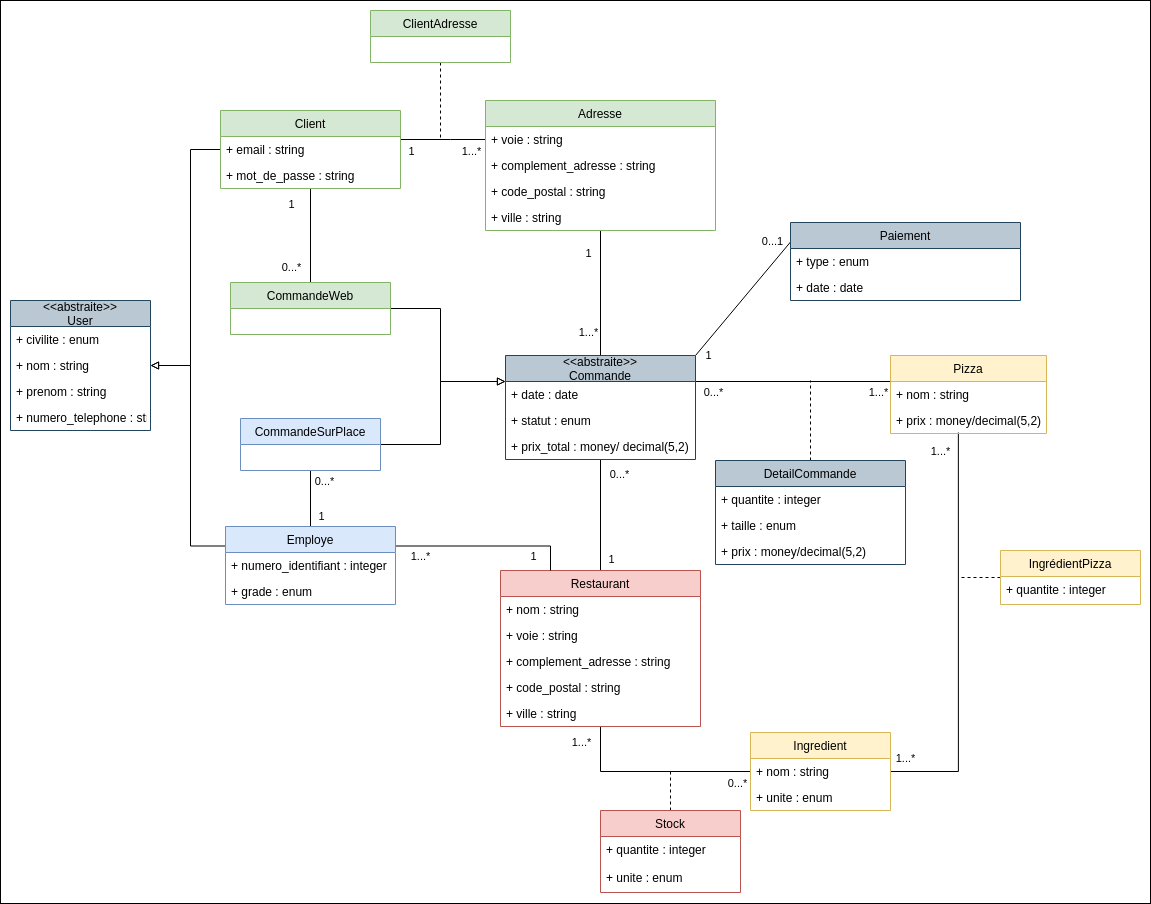
This is P6_classe.png from micktymoon/P6_pelletier_c-line, a draw.io export, as it was before one commit. Source tidied: cells renumbered, new cells last; positions are measured from the earlier drawing's top-left corner, leaving out a move shared by most shapes.
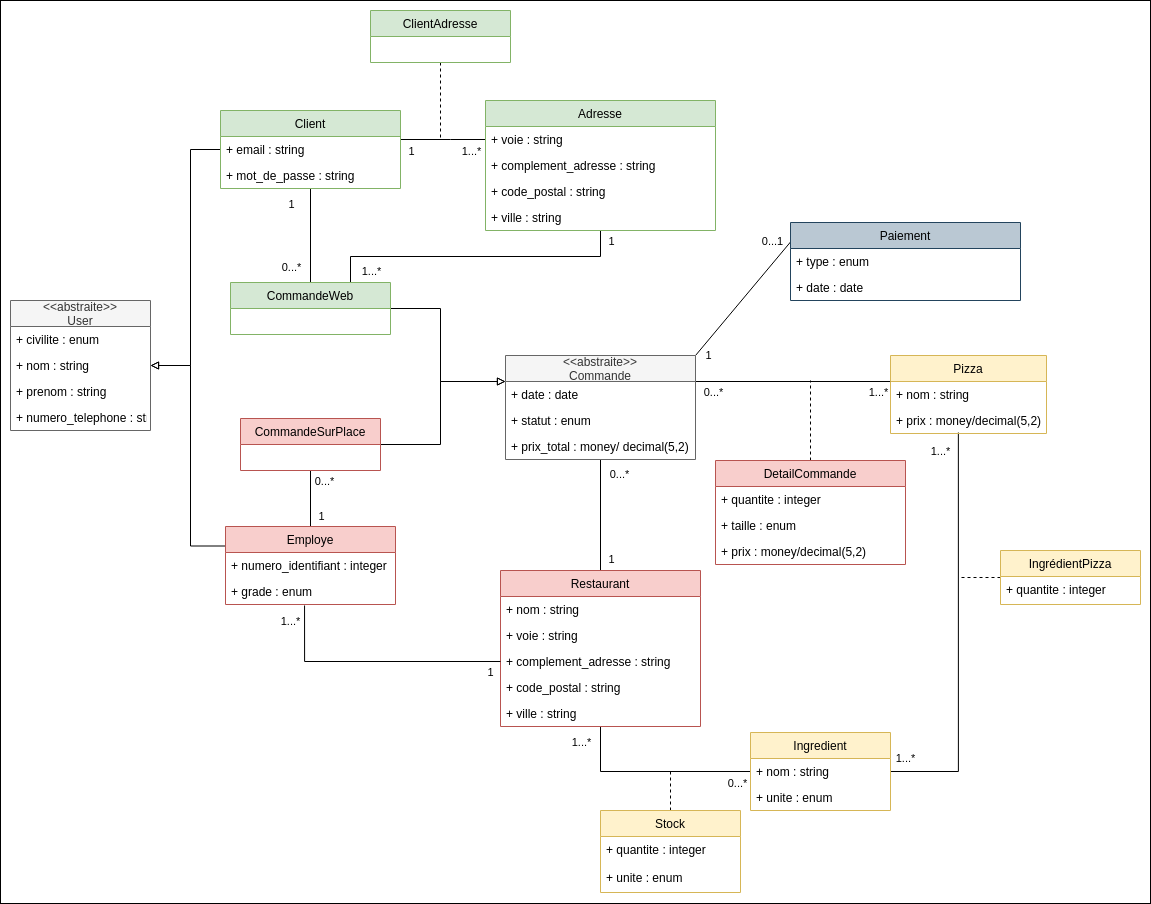
After the change.

Commit message:
diag classe modifé et MPD modifé

The edit, as a diff of the source:
```diff
@@ -93,17 +93,17 @@
         <mxPoint x="670" y="770" as="targetPoint" />
       </mxGeometry>
     </mxCell>
-    <mxCell id="22" style="edgeStyle=orthogonalEdgeStyle;rounded=0;jettySize=auto;html=1;exitX=0.5;exitY=1;exitDx=0;exitDy=0;entryX=0.5;entryY=0;entryDx=0;entryDy=0;endArrow=none;endFill=0;" parent="1" edge="1" source="31" target="57">
+    <mxCell id="22" style="edgeStyle=orthogonalEdgeStyle;rounded=0;jettySize=auto;html=1;exitX=0.5;exitY=1;exitDx=0;exitDy=0;entryX=0.75;entryY=0;entryDx=0;entryDy=0;endArrow=none;endFill=0;" parent="1" edge="1" source="31" target="77">
       <mxGeometry relative="1" as="geometry" />
     </mxCell>
     <mxCell id="23" value="1" style="edgeLabel;html=1;align=center;verticalAlign=middle;" parent="22" vertex="1">
       <mxGeometry x="-0.71" relative="1" as="geometry">
-        <mxPoint x="-13" y="4" as="offset" />
+        <mxPoint x="27" y="-16" as="offset" />
       </mxGeometry>
     </mxCell>
     <mxCell id="24" value="1...*" style="edgeLabel;html=1;align=center;verticalAlign=middle;" parent="22" vertex="1">
       <mxGeometry x="0.67" y="-4" relative="1" as="geometry">
-        <mxPoint x="-9" y="-4" as="offset" />
+        <mxPoint x="-3" y="18" as="offset" />
       </mxGeometry>
     </mxCell>
     <mxCell id="25" style="rounded=0;jettySize=auto;html=1;entryX=0;entryY=0.25;entryDx=0;entryDy=0;endArrow=block;endFill=0;exitX=1;exitY=0.5;exitDx=0;exitDy=0;edgeStyle=orthogonalEdgeStyle;startArrow=none;startFill=0;" parent="1" edge="1" source="76" target="57">
@@ -180,7 +180,7 @@
     <mxCell id="41" value="+ ville : string" style="text;strokeColor=none;fillColor=none;align=left;verticalAlign=top;spacingLeft=4;spacingRight=4;overflow=hidden;" parent="36" vertex="1">
       <mxGeometry y="130" width="200" height="26" as="geometry" />
     </mxCell>
-    <mxCell id="42" value="Stock" style="swimlane;fontStyle=0;horizontal=1;startSize=26;fillColor=#f8cecc;strokeColor=#b85450;" parent="1" vertex="1">
+    <mxCell id="42" value="Stock" style="swimlane;fontStyle=0;horizontal=1;startSize=26;fillColor=#fff2cc;strokeColor=#d6b656;" parent="1" vertex="1">
       <mxGeometry x="600" y="810" width="140" height="82" as="geometry" />
     </mxCell>
     <mxCell id="43" value="+ quantite : integer" style="text;strokeColor=none;fillColor=none;align=left;verticalAlign=top;spacingLeft=4;spacingRight=4;overflow=hidden;" parent="42" vertex="1">
@@ -215,17 +215,17 @@
         <mxPoint x="-9.2" y="-11.6" as="offset" />
       </mxGeometry>
     </mxCell>
-    <mxCell id="51" style="edgeStyle=orthogonalEdgeStyle;rounded=0;jettySize=auto;html=1;exitX=1;exitY=0.25;exitDx=0;exitDy=0;entryX=0.25;entryY=0;entryDx=0;entryDy=0;endArrow=none;endFill=0;elbow=vertical;" parent="1" edge="1" source="83" target="36">
+    <mxCell id="51" style="edgeStyle=orthogonalEdgeStyle;rounded=0;jettySize=auto;html=1;exitX=0.465;exitY=1.038;exitDx=0;exitDy=0;entryX=0;entryY=0.5;entryDx=0;entryDy=0;endArrow=none;endFill=0;elbow=vertical;exitPerimeter=0;" parent="1" edge="1" source="85" target="39">
       <mxGeometry relative="1" as="geometry" />
     </mxCell>
     <mxCell id="52" value="1...*" style="edgeLabel;html=1;align=center;verticalAlign=middle;" parent="51" vertex="1">
       <mxGeometry x="-0.41" y="-3" relative="1" as="geometry">
-        <mxPoint x="-29" y="7" as="offset" />
+        <mxPoint x="-32.1" y="-44" as="offset" />
       </mxGeometry>
     </mxCell>
     <mxCell id="53" value="1" style="edgeLabel;html=1;align=center;verticalAlign=middle;" parent="51" vertex="1">
       <mxGeometry x="0.57" y="2" relative="1" as="geometry">
-        <mxPoint x="-4" y="12" as="offset" />
+        <mxPoint x="43.9" y="12" as="offset" />
       </mxGeometry>
     </mxCell>
     <mxCell id="54" value="Paiement" style="swimlane;fontStyle=0;horizontal=1;startSize=26;fillColor=#bac8d3;strokeColor=#23445d;" parent="1" vertex="1">
@@ -237,7 +237,7 @@
     <mxCell id="56" value="+ date : date" style="text;strokeColor=none;fillColor=none;align=left;verticalAlign=top;spacingLeft=4;spacingRight=4;overflow=hidden;" parent="54" vertex="1">
       <mxGeometry y="52" width="230" height="26" as="geometry" />
     </mxCell>
-    <mxCell id="57" value="&lt;&lt;abstraite&gt;&gt;&#10;Commande" style="swimlane;fontStyle=0;horizontal=1;startSize=26;fillColor=#bac8d3;strokeColor=#23445d;" parent="1" vertex="1">
+    <mxCell id="57" value="&lt;&lt;abstraite&gt;&gt;&#10;Commande" style="swimlane;fontStyle=0;horizontal=1;startSize=26;fillColor=#f5f5f5;strokeColor=#666666;fontColor=#333333;" parent="1" vertex="1">
       <mxGeometry x="505" y="355" width="190" height="104" as="geometry" />
     </mxCell>
     <mxCell id="58" value="+ date : date" style="text;strokeColor=none;fillColor=none;align=left;verticalAlign=top;spacingLeft=4;spacingRight=4;overflow=hidden;" parent="57" vertex="1">
@@ -258,7 +258,7 @@
     <mxCell id="63" value="+ prix : money/decimal(5,2)" style="text;strokeColor=none;fillColor=none;align=left;verticalAlign=top;spacingLeft=4;spacingRight=4;overflow=hidden;points=[[0,0.5],[1,0.5]];portConstraint=eastwest;" parent="61" vertex="1">
       <mxGeometry y="52" width="156" height="26" as="geometry" />
     </mxCell>
-    <mxCell id="64" value="DetailCommande" style="swimlane;fontStyle=0;horizontal=1;startSize=26;fillColor=#bac8d3;strokeColor=#23445d;" parent="1" vertex="1">
+    <mxCell id="64" value="DetailCommande" style="swimlane;fontStyle=0;horizontal=1;startSize=26;fillColor=#f8cecc;strokeColor=#b85450;" parent="1" vertex="1">
       <mxGeometry x="715" y="460" width="190" height="104" as="geometry" />
     </mxCell>
     <mxCell id="65" value="+ quantite : integer" style="text;strokeColor=none;fillColor=none;align=left;verticalAlign=top;spacingLeft=4;spacingRight=4;overflow=hidden;" parent="64" vertex="1">
@@ -294,13 +294,13 @@
     <mxCell id="75" value="+ mot_de_passe : string" style="text;strokeColor=none;fillColor=none;align=left;verticalAlign=top;spacingLeft=4;spacingRight=4;overflow=hidden;points=[[0,0.5],[1,0.5]];portConstraint=eastwest;" parent="73" vertex="1">
       <mxGeometry y="52" width="180" height="26" as="geometry" />
     </mxCell>
-    <mxCell id="76" value="CommandeSurPlace" style="swimlane;fontStyle=0;horizontal=1;startSize=26;fillColor=#dae8fc;strokeColor=#6c8ebf;" parent="1" vertex="1">
+    <mxCell id="76" value="CommandeSurPlace" style="swimlane;fontStyle=0;horizontal=1;startSize=26;fillColor=#f8cecc;strokeColor=#b85450;" parent="1" vertex="1">
       <mxGeometry x="240" y="418" width="140" height="52" as="geometry" />
     </mxCell>
     <mxCell id="77" value="CommandeWeb" style="swimlane;fontStyle=0;horizontal=1;startSize=26;fillColor=#d5e8d4;strokeColor=#82b366;" parent="1" vertex="1">
       <mxGeometry x="230" y="282" width="160" height="52" as="geometry" />
     </mxCell>
-    <mxCell id="78" value="&lt;&lt;abstraite&gt;&gt;&#10;User" style="swimlane;fontStyle=0;horizontal=1;startSize=26;fillColor=#bac8d3;strokeColor=#23445d;" parent="1" vertex="1">
+    <mxCell id="78" value="&lt;&lt;abstraite&gt;&gt;&#10;User" style="swimlane;fontStyle=0;horizontal=1;startSize=26;fillColor=#f5f5f5;strokeColor=#666666;fontColor=#333333;" parent="1" vertex="1">
       <mxGeometry x="10" y="300" width="140" height="130" as="geometry" />
     </mxCell>
     <mxCell id="79" value="+ civilite : enum" style="text;strokeColor=none;fillColor=none;align=left;verticalAlign=top;spacingLeft=4;spacingRight=4;overflow=hidden;" parent="78" vertex="1">
@@ -315,7 +315,7 @@
     <mxCell id="82" value="+ numero_telephone : string" style="text;strokeColor=none;fillColor=none;align=left;verticalAlign=top;spacingLeft=4;spacingRight=4;overflow=hidden;" parent="78" vertex="1">
       <mxGeometry y="104" width="140" height="26" as="geometry" />
     </mxCell>
-    <mxCell id="83" value="Employe" style="swimlane;fontStyle=0;horizontal=1;startSize=26;fillColor=#dae8fc;strokeColor=#6c8ebf;" parent="1" vertex="1">
+    <mxCell id="83" value="Employe" style="swimlane;fontStyle=0;horizontal=1;startSize=26;fillColor=#f8cecc;strokeColor=#b85450;" parent="1" vertex="1">
       <mxGeometry x="225" y="526" width="170" height="78" as="geometry" />
     </mxCell>
     <mxCell id="84" value="+ numero_identifiant : integer" style="text;strokeColor=none;fillColor=none;align=left;verticalAlign=top;spacingLeft=4;spacingRight=4;overflow=hidden;" parent="83" vertex="1">
```
